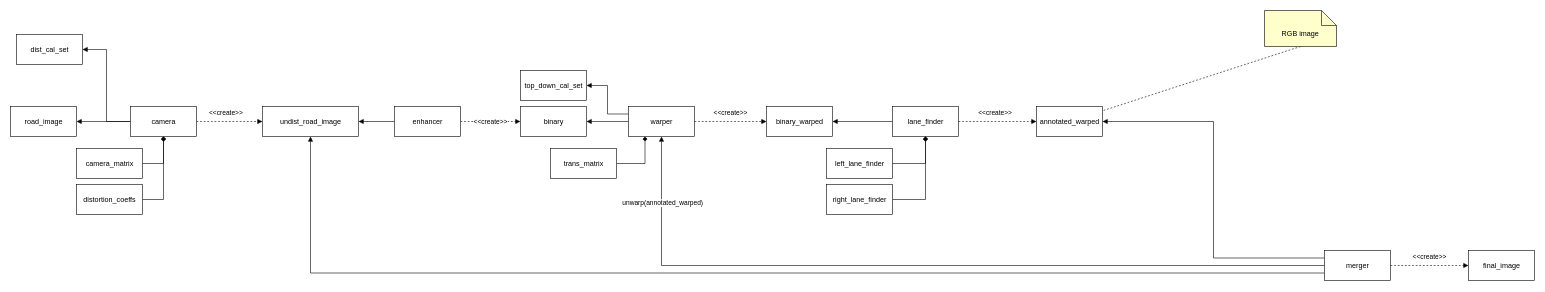
Above: page "all" (7 of 7) of sandbox.drawio in ben-blazado/CarND-Advanced-Lane-Lines (draw.io), before the change. Source tidied: cells renumbered, new cells numbered last; positions are measured from the earlier drawing's top-left corner, leaving out a move shared by most shapes. Both pictures are drawn from the tidied source at 60%, with x=0, y=0 at pixel (10, 10).
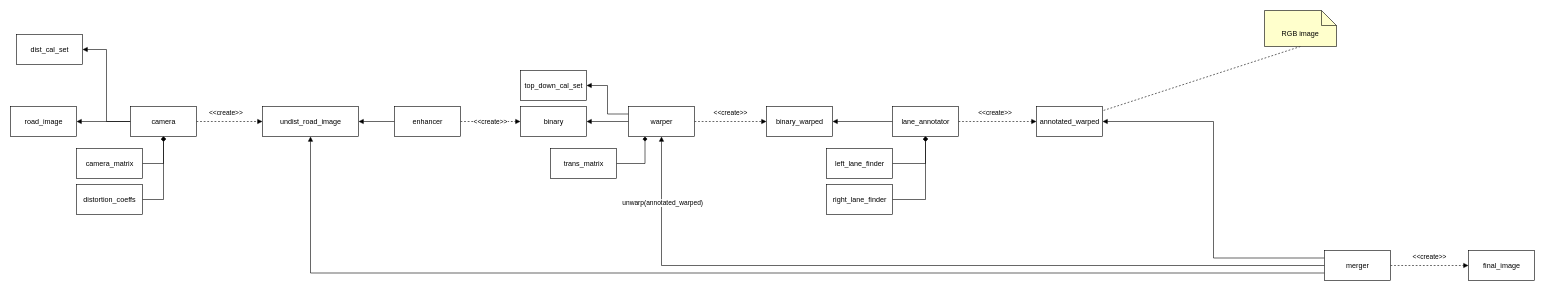
The same page after the edit.

Diff of the diagram source:
```diff
@@
-    <mxCell id="25" value="lane_finder" style="html=1;" parent="1" vertex="1">
+    <mxCell id="25" value="lane_annotator" style="html=1;" parent="1" vertex="1">
       <mxGeometry x="1470" y="160" width="110" height="50" as="geometry" />
     </mxCell>
```
